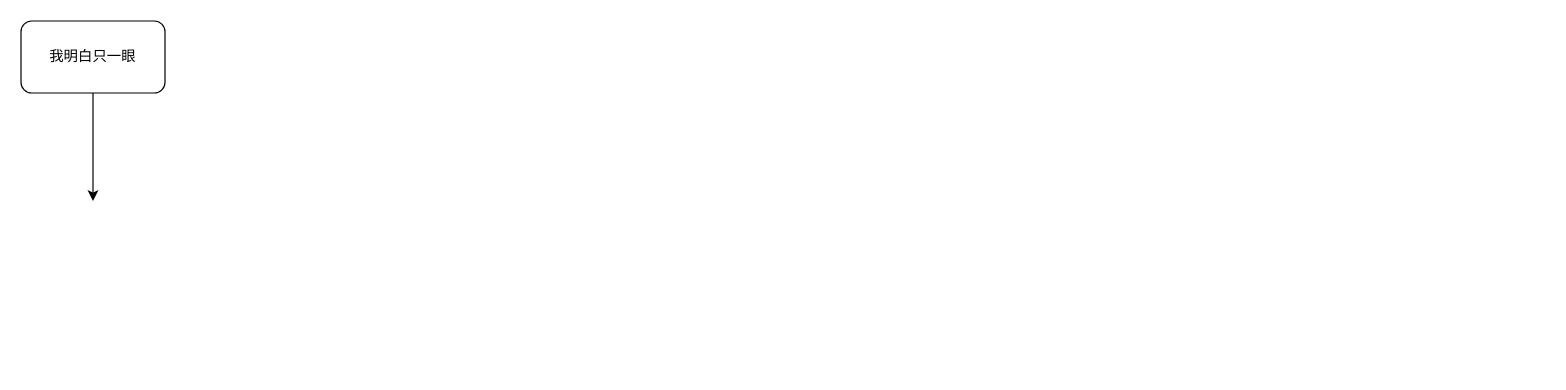
This is Film.drawio from onlyonedaniel/wiki, a draw.io file, before an edit. Source tidied: cells renumbered, new cells numbered last; positions are measured from the earlier drawing's top-left corner, leaving out a move shared by most shapes. Both pictures are drawn from the tidied source at 120%, with x=0, y=0 at pixel (20, 20).
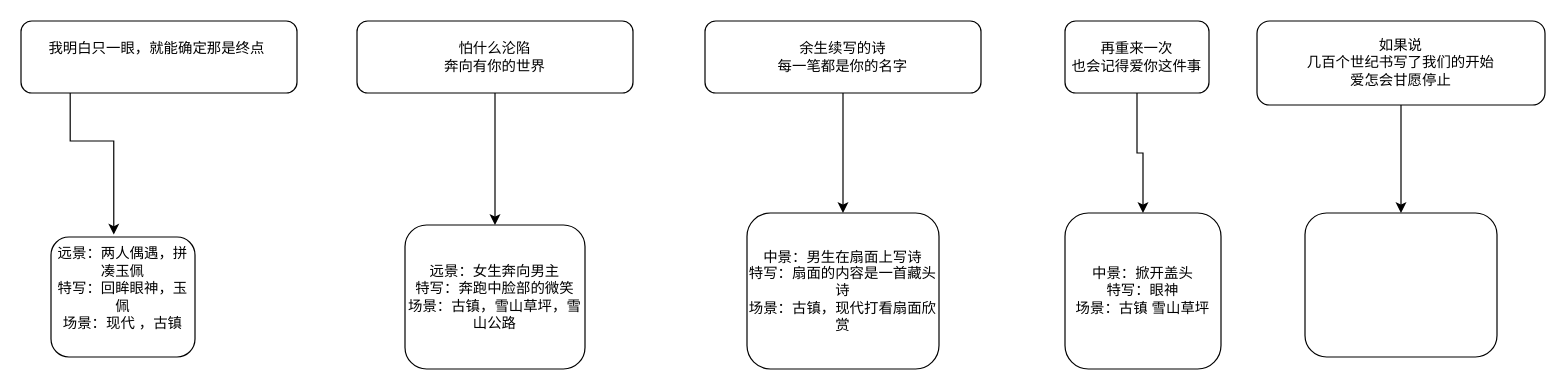
The same page after the edit.

Diff of the diagram source:
```diff
@@
 <mxGraphModel>
   <root>
     <mxCell id="0" />
     <mxCell id="1" parent="0" />
-    <mxCell id="2" style="edgeStyle=orthogonalEdgeStyle;rounded=0;jettySize=auto;html=1;" parent="1" edge="1" source="3">
+    <mxCell id="2" style="edgeStyle=orthogonalEdgeStyle;rounded=0;jettySize=auto;html=1;entryX=0.436;entryY=-0.02;entryDx=0;entryDy=0;entryPerimeter=0;" parent="1" edge="1" source="3" target="4">
       <mxGeometry relative="1" as="geometry">
-        <mxPoint x="60" y="150" as="targetPoint" />
+        <Array as="points">
+          <mxPoint x="41" y="100" />
+          <mxPoint x="77" y="100" />
+        </Array>
       </mxGeometry>
     </mxCell>
-    <mxCell id="3" value="我明白只一眼" style="rounded=1;whiteSpace=wrap;html=1;" parent="1" vertex="1">
-      <mxGeometry width="120" height="60" as="geometry" />
+    <mxCell id="3" value="我明白只一眼，就能确定那是终点&amp;nbsp;&lt;div&gt;&lt;br/&gt;&lt;/div&gt;" style="rounded=1;whiteSpace=wrap;html=1;" parent="1" vertex="1">
+      <mxGeometry width="230" height="60" as="geometry" />
     </mxCell>
+    <mxCell id="4" value="远景：两人偶遇，拼凑玉佩&lt;div&gt;特写：回眸眼神，玉佩&lt;/div&gt;&lt;div&gt;场景：现代 ，古镇&lt;/div&gt;&lt;div&gt;&lt;br&gt;&lt;/div&gt;" style="rounded=1;whiteSpace=wrap;html=1;" parent="1" vertex="1">
+      <mxGeometry x="25" y="180" width="120" height="100" as="geometry" />
+    </mxCell>
+    <mxCell id="5" style="edgeStyle=orthogonalEdgeStyle;rounded=0;jettySize=auto;html=1;" parent="1" edge="1" source="6" target="13">
+      <mxGeometry relative="1" as="geometry" />
+    </mxCell>
+    <mxCell id="6" value="&lt;div&gt;怕什么沦陷&lt;br/&gt;奔向有你的世界&lt;/div&gt;" style="rounded=1;whiteSpace=wrap;html=1;" parent="1" vertex="1">
+      <mxGeometry x="280" width="230" height="60" as="geometry" />
+    </mxCell>
+    <mxCell id="7" style="edgeStyle=orthogonalEdgeStyle;rounded=0;jettySize=auto;html=1;" parent="1" edge="1" source="8">
+      <mxGeometry relative="1" as="geometry">
+        <mxPoint x="685" y="160" as="targetPoint" />
+      </mxGeometry>
+    </mxCell>
+    <mxCell id="8" value="余生续写的诗&lt;br/&gt;每一笔都是你的名字" style="rounded=1;whiteSpace=wrap;html=1;" parent="1" vertex="1">
+      <mxGeometry x="570" width="230" height="60" as="geometry" />
+    </mxCell>
+    <mxCell id="9" style="edgeStyle=orthogonalEdgeStyle;rounded=0;jettySize=auto;html=1;" parent="1" edge="1" source="10" target="15">
+      <mxGeometry relative="1" as="geometry" />
+    </mxCell>
+    <mxCell id="10" value="再重来一次&lt;br/&gt;也会记得爱你这件事" style="whiteSpace=wrap;html=1;rounded=1;" parent="1" vertex="1">
+      <mxGeometry x="870" width="120" height="60" as="geometry" />
+    </mxCell>
+    <mxCell id="11" style="edgeStyle=orthogonalEdgeStyle;rounded=0;jettySize=auto;html=1;" parent="1" edge="1" source="12" target="16">
+      <mxGeometry relative="1" as="geometry" />
+    </mxCell>
+    <mxCell id="12" value="如果说&lt;br/&gt;几百个世纪书写了我们的开始&lt;br/&gt;爱怎会甘愿停止" style="whiteSpace=wrap;html=1;rounded=1;" parent="1" vertex="1">
+      <mxGeometry x="1030" width="240" height="70" as="geometry" />
+    </mxCell>
+    <mxCell id="13" value="远景：女生奔向男主&lt;div&gt;特写：奔跑中脸部的微笑&lt;/div&gt;&lt;div&gt;场景：古镇，雪山草坪，雪山公路&lt;/div&gt;" style="whiteSpace=wrap;html=1;rounded=1;" parent="1" vertex="1">
+      <mxGeometry x="320" y="170" width="150" height="120" as="geometry" />
+    </mxCell>
+    <mxCell id="14" value="&lt;div&gt;中景：&lt;span style=&quot;background-color: initial;&quot;&gt;男生在扇面上写诗&lt;/span&gt;&lt;/div&gt;&lt;div&gt;特写：扇面的内容是一首藏头诗&lt;/div&gt;&lt;div&gt;场景：古镇，现代打看扇面欣赏&lt;/div&gt;" style="whiteSpace=wrap;html=1;rounded=1;" parent="1" vertex="1">
+      <mxGeometry x="605" y="160" width="160" height="130" as="geometry" />
+    </mxCell>
+    <mxCell id="15" value="中景：掀开盖头&lt;div&gt;特写：眼神&lt;/div&gt;&lt;div&gt;场景：古镇 雪山草坪&lt;/div&gt;" style="whiteSpace=wrap;html=1;rounded=1;" parent="1" vertex="1">
+      <mxGeometry x="870" y="160" width="130" height="130" as="geometry" />
+    </mxCell>
+    <mxCell id="16" style="whiteSpace=wrap;html=1;rounded=1;" parent="1" vertex="1">
+      <mxGeometry x="1070" y="160" width="160" height="120" as="geometry" />
+    </mxCell>
   </root>
 </mxGraphModel>
```
